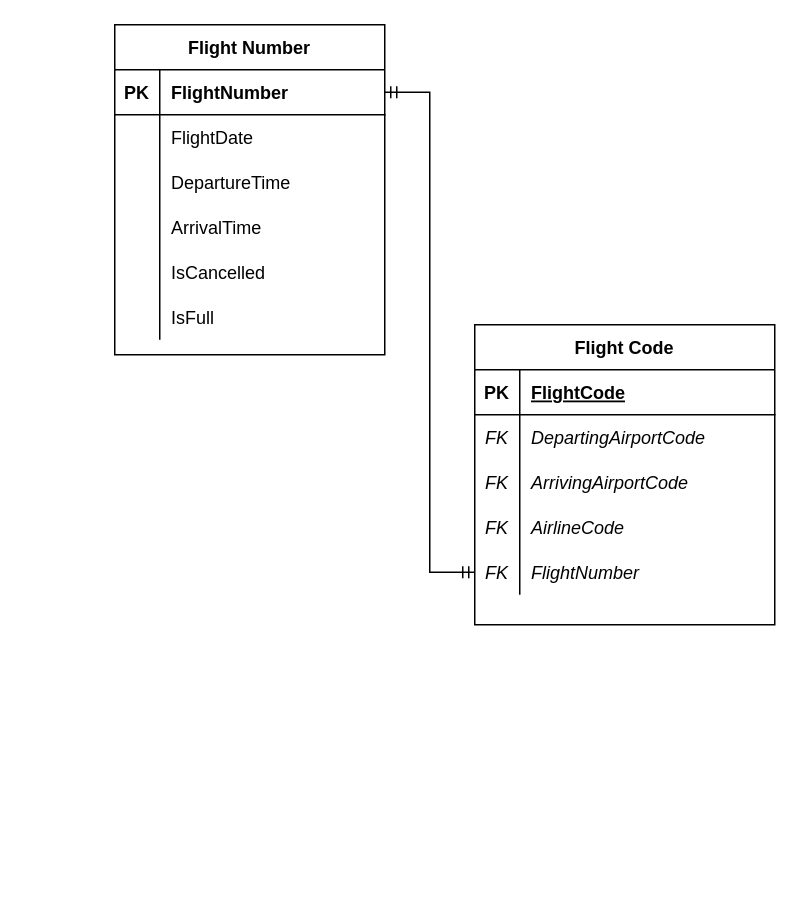
sammiroy/SQLStudies keeps this draw.io diagram as ERDs/FlightsOfFancy1.drawio. Above is the earlier version. Source tidied: cells renumbered, new cells numbered last; positions are measured from the earlier drawing's top-left corner, leaving out a move shared by most shapes. Both pictures are drawn from the tidied source at 150%, with x=0, y=0 at pixel (114, 24).
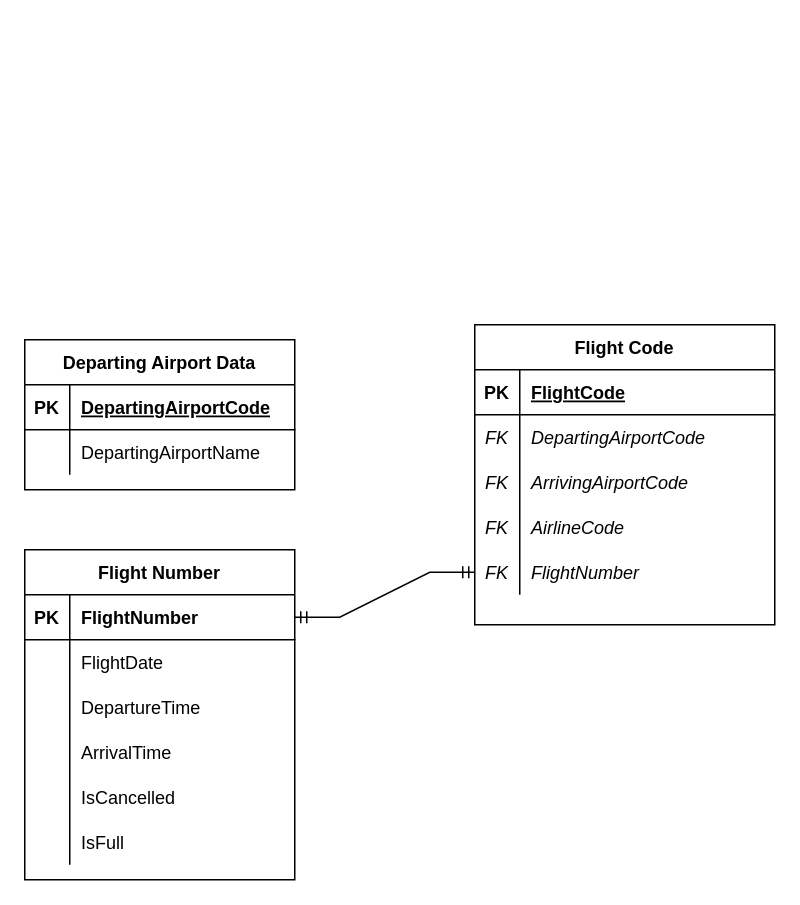
After the change.

Unchanged cells that the change refers to:
```xml
<mxCell id="15" style="shape=tableRow;horizontal=0;startSize=0;swimlaneHead=0;swimlaneBody=0;fillColor=none;points=[[0,0.5],[1,0.5]];portConstraint=eastwest;top=0;left=0;right=0;bottom=0;" parent="2" vertex="1">
  <mxGeometry y="150" width="200" height="30" as="geometry" />
</mxCell>
<mxCell id="19" style="shape=tableRow;horizontal=0;startSize=0;swimlaneHead=0;swimlaneBody=0;fillColor=none;points=[[0,0.5],[1,0.5]];portConstraint=eastwest;top=0;left=0;right=0;bottom=1;" parent="18" vertex="1">
  <mxGeometry y="30" width="180" height="30" as="geometry" />
</mxCell>
```

The edit, as a diff of the source:
```diff
@@
     <mxCell id="18" value="Flight Number" style="shape=table;startSize=30;childLayout=tableLayout;rowLines=0;fontStyle=1;align=center;" parent="1" vertex="1">
-      <mxGeometry width="180" height="220" as="geometry" />
+      <mxGeometry x="-60" y="350" width="180" height="220" as="geometry" />
     </mxCell>
@@
-    <mxCell id="37" style="edgeStyle=entityRelationEdgeStyle;fontSize=12;html=1;endArrow=ERmandOne;startArrow=ERmandOne;rounded=0;exitX=1;exitY=0.5;exitDx=0;exitDy=0;entryX=0;entryY=0.5;entryDx=0;entryDy=0;" parent="1" edge="1" source="19" target="15">
+    <mxCell id="37" style="edgeStyle=entityRelationEdgeStyle;fontSize=12;html=1;endArrow=ERmandOne;startArrow=ERmandOne;rounded=0;entryX=0;entryY=0.5;entryDx=0;entryDy=0;exitX=1;exitY=0.5;exitDx=0;exitDy=0;" parent="1" edge="1" source="19" target="15">
       <mxGeometry relative="1" as="geometry" />
     </mxCell>
+    <mxCell id="38" value="Departing Airport Data" style="shape=table;startSize=30;childLayout=tableLayout;rowLines=0;fontStyle=1;align=center;" parent="1" vertex="1">
+      <mxGeometry x="-60" y="210" width="180" height="100" as="geometry" />
+    </mxCell>
+    <mxCell id="39" style="shape=tableRow;horizontal=0;startSize=0;swimlaneHead=0;swimlaneBody=0;fillColor=none;top=0;left=0;right=0;bottom=1;" parent="38" vertex="1">
+      <mxGeometry y="30" width="180" height="30" as="geometry" />
+    </mxCell>
+    <mxCell id="40" value="PK" style="shape=partialRectangle;fillColor=none;top=0;left=0;bottom=0;right=0;fontStyle=1;overflow=hidden;" parent="39" vertex="1">
+      <mxGeometry width="30" height="30" as="geometry" />
+    </mxCell>
+    <mxCell id="41" value="DepartingAirportCode" style="shape=partialRectangle;fillColor=none;top=0;left=0;bottom=0;right=0;align=left;spacingLeft=6;fontStyle=5;overflow=hidden;" parent="39" vertex="1">
+      <mxGeometry x="30" width="150" height="30" as="geometry" />
+    </mxCell>
+    <mxCell id="42" style="shape=tableRow;horizontal=0;startSize=0;swimlaneHead=0;swimlaneBody=0;fillColor=none;top=0;left=0;right=0;bottom=0;" parent="38" vertex="1">
+      <mxGeometry y="60" width="180" height="30" as="geometry" />
+    </mxCell>
+    <mxCell id="43" style="shape=partialRectangle;fillColor=none;top=0;left=0;bottom=0;right=0;overflow=hidden;" parent="42" vertex="1">
+      <mxGeometry width="30" height="30" as="geometry" />
+    </mxCell>
+    <mxCell id="44" value="DepartingAirportName" style="shape=partialRectangle;fillColor=none;top=0;left=0;bottom=0;right=0;align=left;spacingLeft=6;overflow=hidden;" parent="42" vertex="1">
+      <mxGeometry x="30" width="150" height="30" as="geometry" />
+    </mxCell>
```
